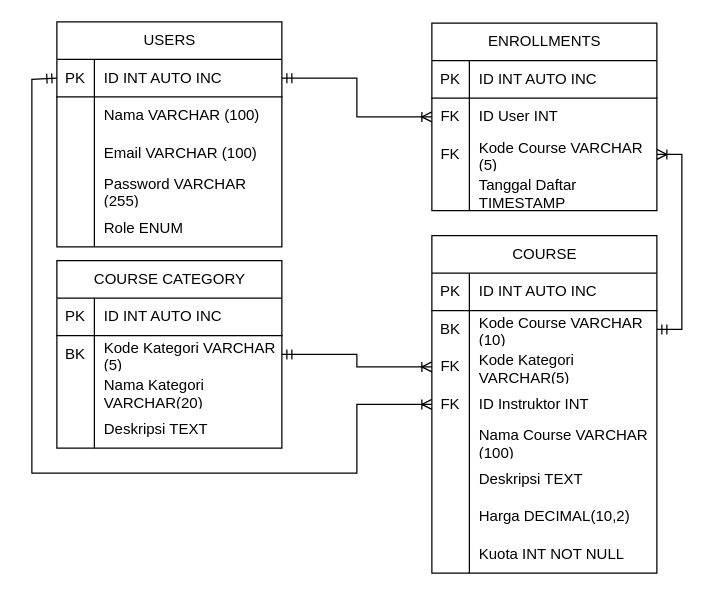
AzerothGT/Assignment-SQL keeps this draw.io diagram as ERD LMS.drawio. Above is the earlier version. Source tidied: cells renumbered, new cells numbered last; positions are measured from the earlier drawing's top-left corner, leaving out a move shared by most shapes. Both pictures are drawn from the tidied source at 125%, with x=0, y=0 at pixel (31, 21).
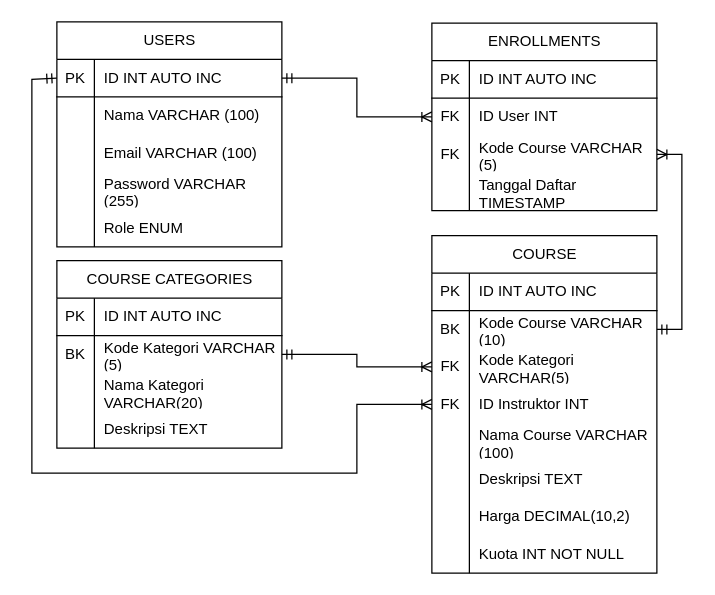
The same diagram, later.

Commit message:
fix: change naming categories in erd

Diff of the diagram source:
```diff
@@
-    <mxCell id="33" value="COURSE CATEGORY" style="shape=table;startSize=30;childLayout=tableLayout;rowLines=0;fontStyle=0;align=center;html=1;rounded=0;strokeColor=default;verticalAlign=middle;fontFamily=Helvetica;fontSize=12;fontColor=default;horizontal=1;fillColor=none;" parent="1" vertex="1">
+    <mxCell id="33" value="COURSE CATEGORIES" style="shape=table;startSize=30;childLayout=tableLayout;rowLines=0;fontStyle=0;align=center;html=1;rounded=0;strokeColor=default;verticalAlign=middle;fontFamily=Helvetica;fontSize=12;fontColor=default;horizontal=1;fillColor=none;" parent="1" vertex="1">
       <mxGeometry x="20" y="191" width="180" height="150" as="geometry" />
     </mxCell>
```
